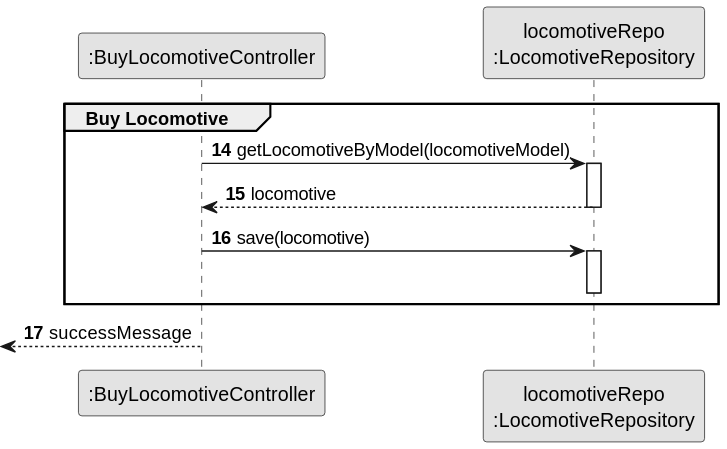
This is docs/sprint2/us009/03.design/svg/us009-sequence-diagram-partial-buy-locomotive.svg from ivasduarte/all-aboard, a PlantUML export, as it was before one commit. Its diagram source:
```plantuml
@startuml
skinparam monochrome true
skinparam packageStyle rectangle
skinparam shadowing false

participant ":BuyLocomotiveController" as CTRL
participant "locomotiveRepo\n:LocomotiveRepository" as LocomotiveRepo


autonumber 14
group Buy Locomotive
CTRL -> LocomotiveRepo : getLocomotiveByModel(locomotiveModel)
activate LocomotiveRepo
LocomotiveRepo --> CTRL : locomotive
deactivate LocomotiveRepo

CTRL -> LocomotiveRepo : save(locomotive)
activate LocomotiveRepo
deactivate LocomotiveRepo
end
<-- CTRL : successMessage
@enduml
```
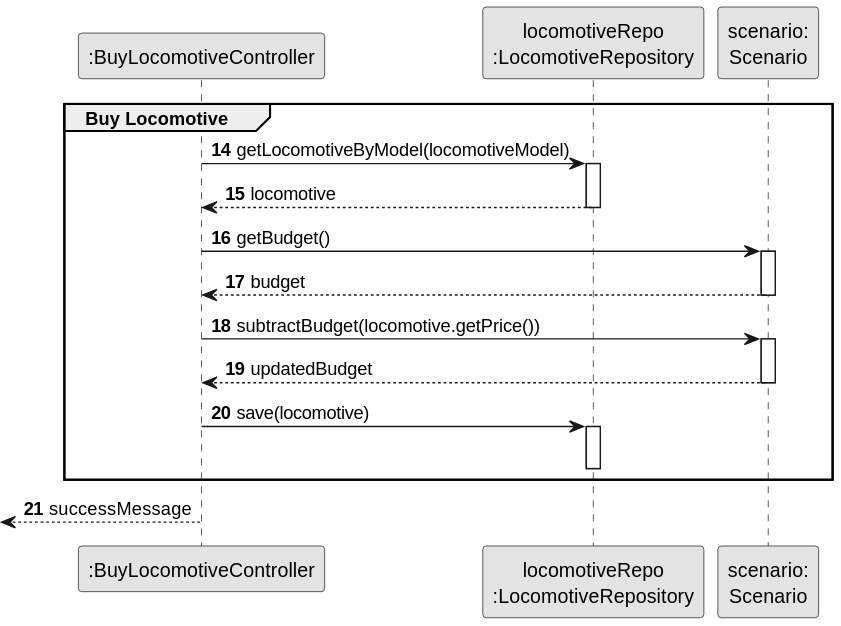
After the commit.

Diff of the diagram source:
```diff
@@ -5,6 +5,7 @@
 
 participant ":BuyLocomotiveController" as CTRL
 participant "locomotiveRepo\n:LocomotiveRepository" as LocomotiveRepo
+participant "scenario:\nScenario" as ScenarioObj
 
 
 autonumber 14
@@ -14,6 +15,16 @@
 LocomotiveRepo --> CTRL : locomotive
 deactivate LocomotiveRepo
 
+CTRL -> ScenarioObj : getBudget()
+activate ScenarioObj
+ScenarioObj --> CTRL : budget
+deactivate ScenarioObj
+
+CTRL -> ScenarioObj : subtractBudget(locomotive.getPrice())
+activate ScenarioObj
+ScenarioObj --> CTRL : updatedBudget
+deactivate ScenarioObj
+
 CTRL -> LocomotiveRepo : save(locomotive)
 activate LocomotiveRepo
 deactivate LocomotiveRepo
```
